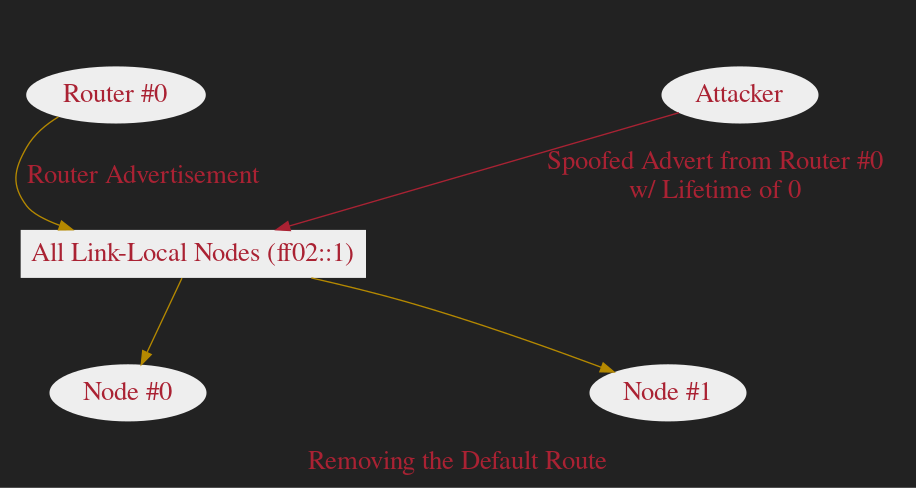
Before: slides/graphs/images/ndp-ura-attack1.png, a diagram exported from Graphviz (dlrobertson/dlrobertson.com). Its source is kept beside it as slides/graphs/sources/ndp-ura-attack1.dot.
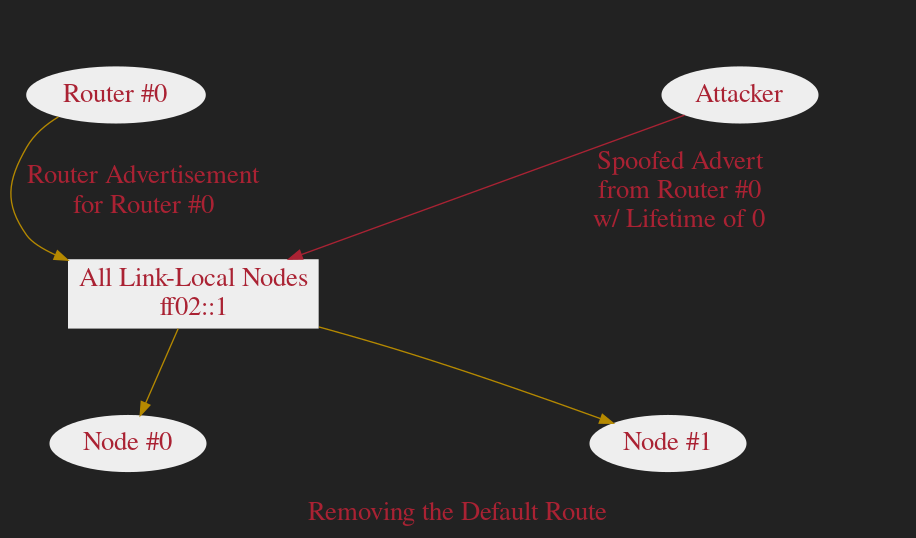
After the commit.

Change to the diagram source:
```diff
@@ -29,7 +29,7 @@
         ]
     }
     all_nodes[
-        label="All Link-Local Nodes (ff02::1)"
+        label="All Link-Local Nodes\nff02::1"
         style=filled
         color=none
         fillcolor="#eeeeee"
@@ -51,9 +51,9 @@
             fillcolor="#eeeeee"
         ]
     }
-    router0 -> all_nodes[label="Router Advertisement"]
+    router0 -> all_nodes[label="Router Advertisement\nfor Router #0"]
     attacker -> all_nodes[
-        label="Spoofed Advert from Router #0\nw/ Lifetime of 0"
+        label="Spoofed Advert\nfrom Router #0\nw/ Lifetime of 0"
         color="#aa2233"
     ]
     all_nodes -> node0
```
